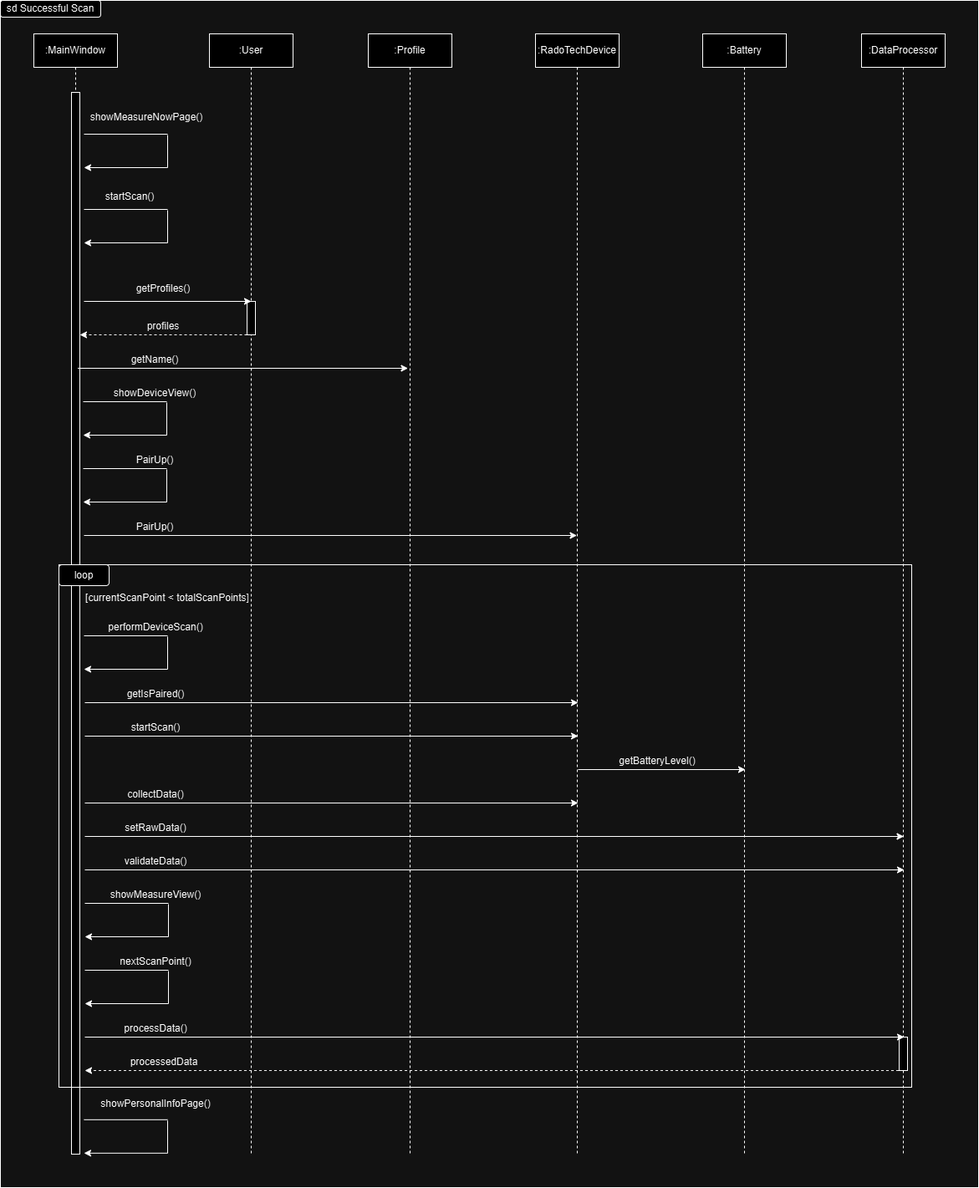
The draw.io diagram Sequence Diagrams/Successful_Scan.png in abdelshafei/Team26RaDoTechSimulation, before a commit. Source tidied: cells renumbered, new cells last; positions are measured from the earlier drawing's top-left corner, leaving out a move shared by most shapes.
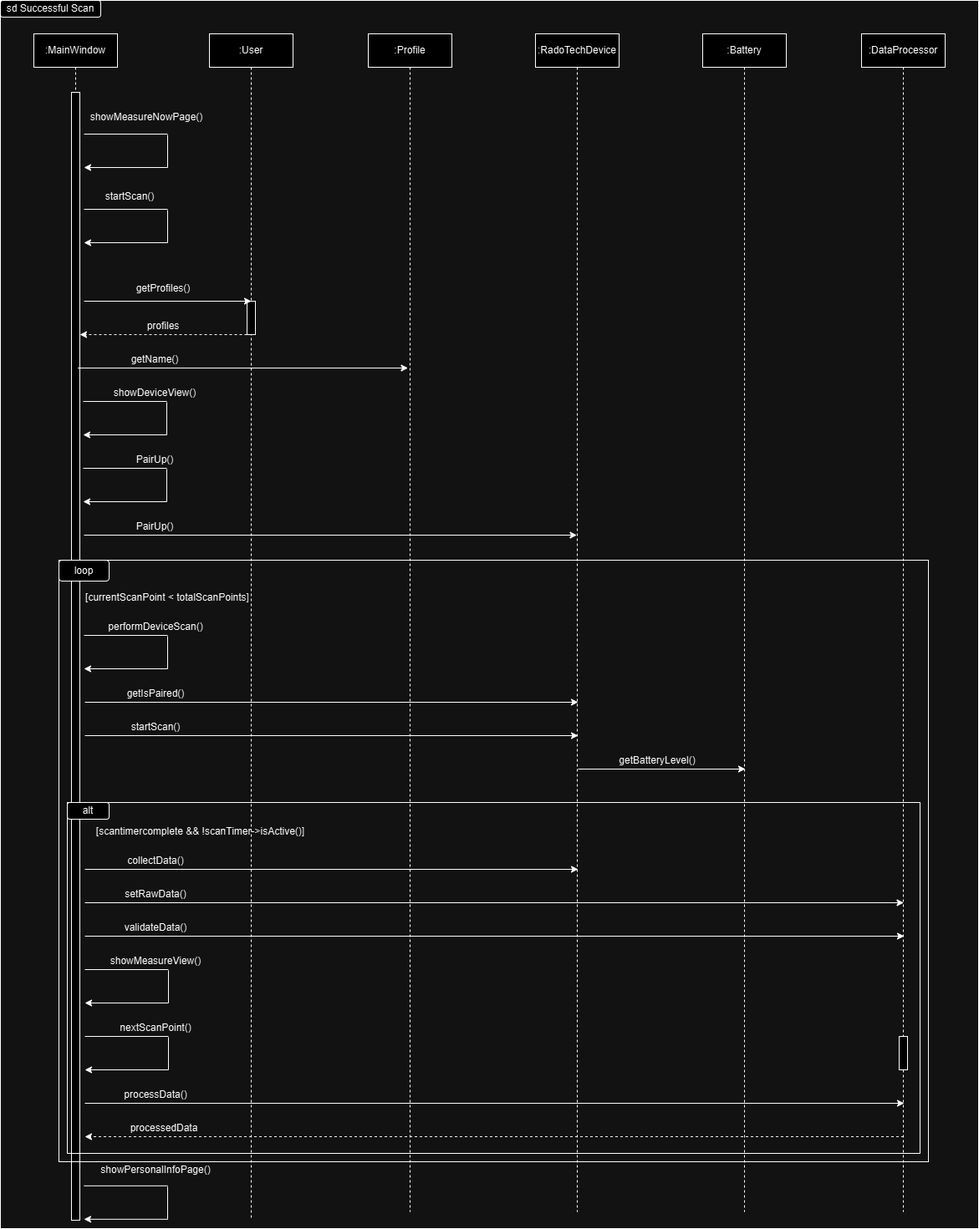
Above is the later version.

Commit message:
Updated Successful Scan and View History

Diff of the diagram source:
```diff
@@ -3,13 +3,13 @@
     <mxCell id="0" />
     <mxCell id="1" parent="0" />
     <mxCell id="2" value=":MainWindow" style="shape=umlLifeline;perimeter=lifelinePerimeter;whiteSpace=wrap;html=1;newEdgeStyle={&quot;edgeStyle&quot;:&quot;elbowEdgeStyle&quot;,&quot;elbow&quot;:&quot;vertical&quot;,&quot;curved&quot;:0,&quot;rounded&quot;:0};" parent="1" vertex="1">
-      <mxGeometry x="40" y="40" width="100" height="1340" as="geometry" />
+      <mxGeometry x="40" y="40" width="100" height="1420" as="geometry" />
     </mxCell>
     <mxCell id="3" style="html=1;perimeter=orthogonalPerimeter;targetShapes=umlLifeline;newEdgeStyle={&quot;edgeStyle&quot;:&quot;elbowEdgeStyle&quot;,&quot;elbow&quot;:&quot;vertical&quot;,&quot;curved&quot;:0,&quot;rounded&quot;:0};" parent="2" vertex="1">
-      <mxGeometry x="45" y="70" width="10" height="1270" as="geometry" />
+      <mxGeometry x="45" y="70" width="10" height="1350" as="geometry" />
     </mxCell>
     <mxCell id="4" value=":User" style="shape=umlLifeline;perimeter=lifelinePerimeter;whiteSpace=wrap;html=1;newEdgeStyle={&quot;edgeStyle&quot;:&quot;elbowEdgeStyle&quot;,&quot;elbow&quot;:&quot;vertical&quot;,&quot;curved&quot;:0,&quot;rounded&quot;:0};" parent="1" vertex="1">
-      <mxGeometry x="250" y="40" width="100" height="1340" as="geometry" />
+      <mxGeometry x="250" y="40" width="100" height="1420" as="geometry" />
     </mxCell>
     <mxCell id="5" style="html=1;perimeter=orthogonalPerimeter;targetShapes=umlLifeline;newEdgeStyle={&quot;edgeStyle&quot;:&quot;elbowEdgeStyle&quot;,&quot;elbow&quot;:&quot;vertical&quot;,&quot;curved&quot;:0,&quot;rounded&quot;:0};" parent="4" vertex="1">
       <mxGeometry x="45" y="320" width="10" height="40" as="geometry" />
@@ -87,7 +87,7 @@
       <mxGeometry x="120" y="380" width="150" height="20" as="geometry" />
     </mxCell>
     <mxCell id="20" value=":Profile" style="shape=umlLifeline;perimeter=lifelinePerimeter;whiteSpace=wrap;html=1;newEdgeStyle={&quot;edgeStyle&quot;:&quot;elbowEdgeStyle&quot;,&quot;elbow&quot;:&quot;vertical&quot;,&quot;curved&quot;:0,&quot;rounded&quot;:0};" parent="1" vertex="1">
-      <mxGeometry x="440" y="40" width="100" height="1340" as="geometry" />
+      <mxGeometry x="440" y="40" width="100" height="1410" as="geometry" />
     </mxCell>
     <mxCell id="21" style="endArrow=classic;html=1;rounded=0;entryX=0.955;entryY=0.348;entryDx=0;entryDy=0;entryPerimeter=0;" parent="1" edge="1">
       <mxGeometry relative="1" as="geometry">
@@ -99,7 +99,7 @@
       <mxGeometry x="110" y="420" width="150" height="20" as="geometry" />
     </mxCell>
     <mxCell id="23" value=":RadoTechDevice" style="shape=umlLifeline;perimeter=lifelinePerimeter;whiteSpace=wrap;html=1;outlineConnect=0;portConstraint=eastwest;newEdgeStyle={&quot;edgeStyle&quot;:&quot;elbowEdgeStyle&quot;,&quot;elbow&quot;:&quot;vertical&quot;,&quot;curved&quot;:0,&quot;rounded&quot;:0};" parent="1" vertex="1">
-      <mxGeometry x="640" y="40" width="100" height="1340" as="geometry" />
+      <mxGeometry x="640" y="40" width="100" height="1410" as="geometry" />
     </mxCell>
     <mxCell id="24" style="endArrow=none;html=1;rounded=0;" parent="1" edge="1">
       <mxGeometry relative="1" as="geometry">
@@ -191,7 +191,7 @@
       <mxGeometry x="131" y="860" width="110" height="20" as="geometry" />
     </mxCell>
     <mxCell id="42" value=":Battery" style="shape=umlLifeline;perimeter=lifelinePerimeter;whiteSpace=wrap;html=1;newEdgeStyle={&quot;edgeStyle&quot;:&quot;elbowEdgeStyle&quot;,&quot;elbow&quot;:&quot;vertical&quot;,&quot;curved&quot;:0,&quot;rounded&quot;:0};" parent="1" vertex="1">
-      <mxGeometry x="840" y="40" width="100" height="1340" as="geometry" />
+      <mxGeometry x="840" y="40" width="100" height="1410" as="geometry" />
     </mxCell>
     <mxCell id="43" style="endArrow=classic;html=1;rounded=0;" parent="1" edge="1">
       <mxGeometry relative="1" as="geometry">
@@ -204,132 +204,141 @@
     </mxCell>
     <mxCell id="45" style="endArrow=classic;html=1;rounded=0;" parent="1" edge="1">
       <mxGeometry relative="1" as="geometry">
-        <mxPoint x="101" y="960" as="sourcePoint" />
-        <mxPoint x="691" y="960" as="targetPoint" />
+        <mxPoint x="101" y="1040" as="sourcePoint" />
+        <mxPoint x="691" y="1040" as="targetPoint" />
       </mxGeometry>
     </mxCell>
     <mxCell id="46" value="collectData()" style="text;html=1;align=center;verticalAlign=middle;whiteSpace=wrap;rounded=0;" parent="1" vertex="1">
-      <mxGeometry x="131" y="940" width="110" height="20" as="geometry" />
+      <mxGeometry x="131" y="1020" width="110" height="20" as="geometry" />
     </mxCell>
     <mxCell id="47" value=":DataProcessor" style="shape=umlLifeline;perimeter=lifelinePerimeter;whiteSpace=wrap;html=1;newEdgeStyle={&quot;edgeStyle&quot;:&quot;elbowEdgeStyle&quot;,&quot;elbow&quot;:&quot;vertical&quot;,&quot;curved&quot;:0,&quot;rounded&quot;:0};" parent="1" vertex="1">
-      <mxGeometry x="1030" y="40" width="100" height="1340" as="geometry" />
+      <mxGeometry x="1030" y="40" width="100" height="1410" as="geometry" />
     </mxCell>
     <mxCell id="48" value="&lt;span style=&quot;color: rgba(0, 0, 0, 0); font-family: monospace; font-size: 0px; text-align: start;&quot;&gt;%3CmxGraphModel%3E%3Croot%3E%3CmxCell%20id%3D%220%22%2F%3E%3CmxCell%20id%3D%221%22%20parent%3D%220%22%2F%3E%3CmxCell%20id%3D%222%22%20value%3D%22%22%20style%3D%22endArrow%3Dclassic%3Bhtml%3D1%3Brounded%3D0%3B%22%20edge%3D%221%22%20parent%3D%221%22%3E%3CmxGeometry%20width%3D%2250%22%20height%3D%2250%22%20relative%3D%221%22%20as%3D%22geometry%22%3E%3CmxPoint%20x%3D%22100%22%20y%3D%22600%22%20as%3D%22sourcePoint%22%2F%3E%3CmxPoint%20x%3D%22300%22%20y%3D%22600%22%20as%3D%22targetPoint%22%2F%3E%3C%2FmxGeometry%3E%3C%2FmxCell%3E%3CmxCell%20id%3D%223%22%20value%3D%22addProfile(newProfile)%22%20style%3D%22text%3Bhtml%3D1%3Balign%3Dcenter%3BverticalAlign%3Dmiddle%3BwhiteSpace%3Dwrap%3Brounded%3D0%3B%22%20vertex%3D%221%22%20parent%3D%221%22%3E%3CmxGeometry%20x%3D%22120%22%20y%3D%22580%22%20width%3D%22150%22%20height%3D%2220%22%20as%3D%22geometry%22%2F%3E%3C%2FmxCell%3E%3C%2Froot%3E%3C%2FmxGraphModel%3E&lt;/span&gt;" style="html=1;perimeter=orthogonalPerimeter;targetShapes=umlLifeline;newEdgeStyle={&quot;edgeStyle&quot;:&quot;elbowEdgeStyle&quot;,&quot;elbow&quot;:&quot;vertical&quot;,&quot;curved&quot;:0,&quot;rounded&quot;:0};" parent="47" vertex="1">
       <mxGeometry x="45" y="1200" width="10" height="40" as="geometry" />
     </mxCell>
     <mxCell id="49" style="endArrow=classic;html=1;rounded=0;" parent="1" edge="1">
       <mxGeometry relative="1" as="geometry">
-        <mxPoint x="101" y="1000" as="sourcePoint" />
-        <mxPoint x="1080.5" y="1000" as="targetPoint" />
+        <mxPoint x="101" y="1080" as="sourcePoint" />
+        <mxPoint x="1080.5" y="1080" as="targetPoint" />
       </mxGeometry>
     </mxCell>
     <mxCell id="50" value="setRawData()" style="text;html=1;align=center;verticalAlign=middle;whiteSpace=wrap;rounded=0;" parent="1" vertex="1">
-      <mxGeometry x="131" y="980" width="110" height="20" as="geometry" />
+      <mxGeometry x="131" y="1060" width="110" height="20" as="geometry" />
     </mxCell>
     <mxCell id="51" style="endArrow=classic;html=1;rounded=0;" parent="1" edge="1">
       <mxGeometry relative="1" as="geometry">
-        <mxPoint x="101" y="1040" as="sourcePoint" />
-        <mxPoint x="1081" y="1040" as="targetPoint" />
+        <mxPoint x="101" y="1120" as="sourcePoint" />
+        <mxPoint x="1081" y="1120" as="targetPoint" />
       </mxGeometry>
     </mxCell>
     <mxCell id="52" value="validateData()" style="text;html=1;align=center;verticalAlign=middle;whiteSpace=wrap;rounded=0;" parent="1" vertex="1">
-      <mxGeometry x="131" y="1020" width="110" height="20" as="geometry" />
+      <mxGeometry x="131" y="1100" width="110" height="20" as="geometry" />
     </mxCell>
     <mxCell id="53" style="endArrow=none;html=1;rounded=0;" parent="1" edge="1">
       <mxGeometry relative="1" as="geometry">
-        <mxPoint x="201" y="1120" as="sourcePoint" />
-        <mxPoint x="201" y="1081" as="targetPoint" />
+        <mxPoint x="201" y="1200" as="sourcePoint" />
+        <mxPoint x="201" y="1161" as="targetPoint" />
       </mxGeometry>
     </mxCell>
     <mxCell id="54" style="endArrow=classic;html=1;rounded=0;" parent="1" edge="1">
       <mxGeometry relative="1" as="geometry">
-        <mxPoint x="201" y="1120" as="sourcePoint" />
-        <mxPoint x="101" y="1120" as="targetPoint" />
+        <mxPoint x="201" y="1200" as="sourcePoint" />
+        <mxPoint x="101" y="1200" as="targetPoint" />
       </mxGeometry>
     </mxCell>
     <mxCell id="55" style="endArrow=none;html=1;rounded=0;" parent="1" edge="1">
       <mxGeometry relative="1" as="geometry">
-        <mxPoint x="101" y="1080" as="sourcePoint" />
-        <mxPoint x="201" y="1080" as="targetPoint" />
+        <mxPoint x="101" y="1160" as="sourcePoint" />
+        <mxPoint x="201" y="1160" as="targetPoint" />
       </mxGeometry>
     </mxCell>
     <mxCell id="56" value="showMeasureView()" style="text;html=1;align=center;verticalAlign=middle;whiteSpace=wrap;rounded=0;" parent="1" vertex="1">
-      <mxGeometry x="131" y="1060" width="110" height="20" as="geometry" />
+      <mxGeometry x="131" y="1140" width="110" height="20" as="geometry" />
     </mxCell>
     <mxCell id="57" style="endArrow=none;html=1;rounded=0;" parent="1" edge="1">
       <mxGeometry relative="1" as="geometry">
-        <mxPoint x="201" y="1200" as="sourcePoint" />
-        <mxPoint x="201" y="1161" as="targetPoint" />
+        <mxPoint x="201" y="1280" as="sourcePoint" />
+        <mxPoint x="201" y="1241" as="targetPoint" />
       </mxGeometry>
     </mxCell>
     <mxCell id="58" style="endArrow=classic;html=1;rounded=0;" parent="1" edge="1">
       <mxGeometry relative="1" as="geometry">
-        <mxPoint x="201" y="1200" as="sourcePoint" />
-        <mxPoint x="101" y="1200" as="targetPoint" />
+        <mxPoint x="201" y="1280" as="sourcePoint" />
+        <mxPoint x="101" y="1280" as="targetPoint" />
       </mxGeometry>
     </mxCell>
     <mxCell id="59" style="endArrow=none;html=1;rounded=0;" parent="1" edge="1">
       <mxGeometry relative="1" as="geometry">
-        <mxPoint x="101" y="1160" as="sourcePoint" />
-        <mxPoint x="201" y="1160" as="targetPoint" />
+        <mxPoint x="101" y="1240" as="sourcePoint" />
+        <mxPoint x="201" y="1240" as="targetPoint" />
       </mxGeometry>
     </mxCell>
     <mxCell id="60" value="nextScanPoint()" style="text;html=1;align=center;verticalAlign=middle;whiteSpace=wrap;rounded=0;" parent="1" vertex="1">
-      <mxGeometry x="131" y="1140" width="110" height="20" as="geometry" />
+      <mxGeometry x="131" y="1220" width="110" height="20" as="geometry" />
     </mxCell>
     <mxCell id="61" style="endArrow=classic;html=1;rounded=0;" parent="1" edge="1">
       <mxGeometry relative="1" as="geometry">
-        <mxPoint x="101" y="1240" as="sourcePoint" />
-        <mxPoint x="1081" y="1240" as="targetPoint" />
+        <mxPoint x="101" y="1320" as="sourcePoint" />
+        <mxPoint x="1081" y="1320" as="targetPoint" />
       </mxGeometry>
     </mxCell>
     <mxCell id="62" value="processData()" style="text;html=1;align=center;verticalAlign=middle;whiteSpace=wrap;rounded=0;" parent="1" vertex="1">
-      <mxGeometry x="131" y="1220" width="110" height="20" as="geometry" />
+      <mxGeometry x="131" y="1300" width="110" height="20" as="geometry" />
     </mxCell>
     <mxCell id="63" style="endArrow=classic;html=1;rounded=0;dashed=1;" parent="1" edge="1">
       <mxGeometry relative="1" as="geometry">
-        <mxPoint x="1080.5" y="1280" as="sourcePoint" />
-        <mxPoint x="101" y="1280" as="targetPoint" />
+        <mxPoint x="1080.5" y="1360" as="sourcePoint" />
+        <mxPoint x="101" y="1360" as="targetPoint" />
       </mxGeometry>
     </mxCell>
     <mxCell id="64" value="processedData" style="text;html=1;align=center;verticalAlign=middle;whiteSpace=wrap;rounded=0;" parent="1" vertex="1">
-      <mxGeometry x="141" y="1260" width="110" height="20" as="geometry" />
+      <mxGeometry x="141" y="1340" width="110" height="20" as="geometry" />
     </mxCell>
     <mxCell id="65" style="rounded=0;whiteSpace=wrap;html=1;fillColor=none;" parent="1" vertex="1">
-      <mxGeometry x="70" y="675" width="1020" height="625" as="geometry" />
+      <mxGeometry x="70" y="670" width="1040" height="720" as="geometry" />
     </mxCell>
     <mxCell id="66" value="loop" style="rounded=1;whiteSpace=wrap;html=1;" parent="1" vertex="1">
-      <mxGeometry x="70" y="675" width="60" height="25" as="geometry" />
+      <mxGeometry x="70" y="670" width="60" height="25" as="geometry" />
     </mxCell>
     <mxCell id="67" value="[currentScanPoint &amp;lt; totalScanPoints]" style="text;html=1;align=center;verticalAlign=middle;whiteSpace=wrap;rounded=0;" parent="1" vertex="1">
       <mxGeometry x="90" y="700" width="220" height="30" as="geometry" />
     </mxCell>
     <mxCell id="68" style="endArrow=none;html=1;rounded=0;" parent="1" edge="1">
       <mxGeometry relative="1" as="geometry">
-        <mxPoint x="200" y="1378.8" as="sourcePoint" />
-        <mxPoint x="200" y="1339.8" as="targetPoint" />
+        <mxPoint x="200" y="1458.8" as="sourcePoint" />
+        <mxPoint x="200" y="1419.8" as="targetPoint" />
       </mxGeometry>
     </mxCell>
     <mxCell id="69" style="endArrow=classic;html=1;rounded=0;" parent="1" edge="1">
       <mxGeometry relative="1" as="geometry">
-        <mxPoint x="200" y="1378.8" as="sourcePoint" />
-        <mxPoint x="100" y="1378.8" as="targetPoint" />
+        <mxPoint x="200" y="1458.8" as="sourcePoint" />
+        <mxPoint x="100" y="1458.8" as="targetPoint" />
       </mxGeometry>
     </mxCell>
     <mxCell id="70" style="endArrow=none;html=1;rounded=0;" parent="1" edge="1">
       <mxGeometry relative="1" as="geometry">
-        <mxPoint x="100" y="1338.8" as="sourcePoint" />
-        <mxPoint x="200" y="1338.8" as="targetPoint" />
+        <mxPoint x="100" y="1418.8" as="sourcePoint" />
+        <mxPoint x="200" y="1418.8" as="targetPoint" />
       </mxGeometry>
     </mxCell>
     <mxCell id="71" value="showPersonalInfoPage()" style="text;html=1;align=center;verticalAlign=middle;whiteSpace=wrap;rounded=0;" parent="1" vertex="1">
-      <mxGeometry x="131" y="1310" width="110" height="20" as="geometry" />
+      <mxGeometry x="131" y="1390" width="110" height="20" as="geometry" />
     </mxCell>
-    <mxCell id="72" style="rounded=0;whiteSpace=wrap;html=1;fillColor=none;" parent="1" vertex="1">
-      <mxGeometry width="1170" height="1420" as="geometry" />
-    </mxCell>
     <mxCell id="73" value="sd Successful Scan" style="rounded=1;whiteSpace=wrap;html=1;" parent="1" vertex="1">
       <mxGeometry width="120" height="20" as="geometry" />
     </mxCell>
+    <mxCell id="74" value="[scantimercomplete &amp;amp;&amp;amp; !scanTimer-&amp;gt;isActive()]" style="text;html=1;align=center;verticalAlign=middle;whiteSpace=wrap;rounded=0;" parent="1" vertex="1">
+      <mxGeometry x="100" y="980" width="279" height="30" as="geometry" />
+    </mxCell>
+    <mxCell id="75" style="rounded=0;whiteSpace=wrap;html=1;fillColor=none;" parent="1" vertex="1">
+      <mxGeometry x="80" y="960" width="1020" height="420" as="geometry" />
+    </mxCell>
+    <mxCell id="76" value="alt" style="rounded=1;whiteSpace=wrap;html=1;" parent="1" vertex="1">
+      <mxGeometry x="80" y="960" width="50" height="20" as="geometry" />
+    </mxCell>
+    <mxCell id="77" style="rounded=0;whiteSpace=wrap;html=1;fillColor=none;" parent="1" vertex="1">
+      <mxGeometry width="1170" height="1470" as="geometry" />
+    </mxCell>
   </root>
 </mxGraphModel>
```
